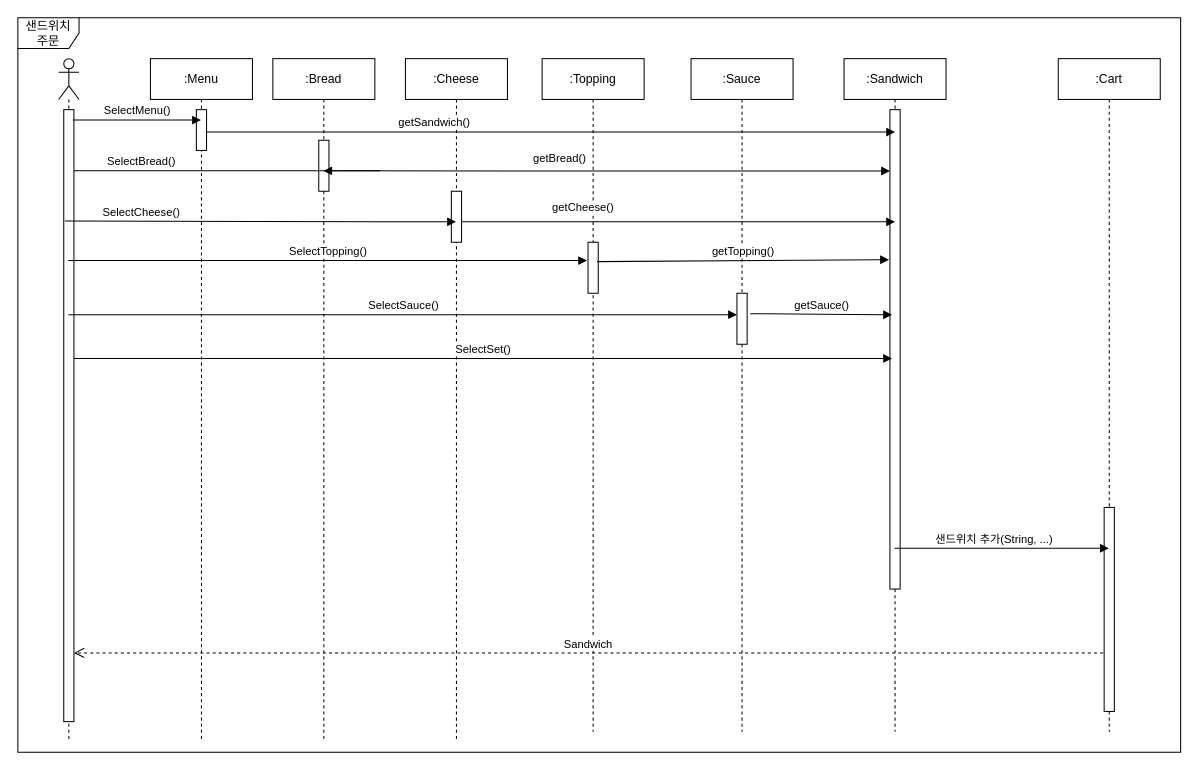
This is 상세명세서/Behavioral Model/sequence diagram/selece menu.drawio from distroytest/KNUSD-20202-Team05, a draw.io file, before an edit. Source tidied: cells renumbered, new cells numbered last; positions are measured from the earlier drawing's top-left corner, leaving out a move shared by most shapes. Both pictures are drawn from the tidied source at 102%, with x=0, y=0 at pixel (17, 17).
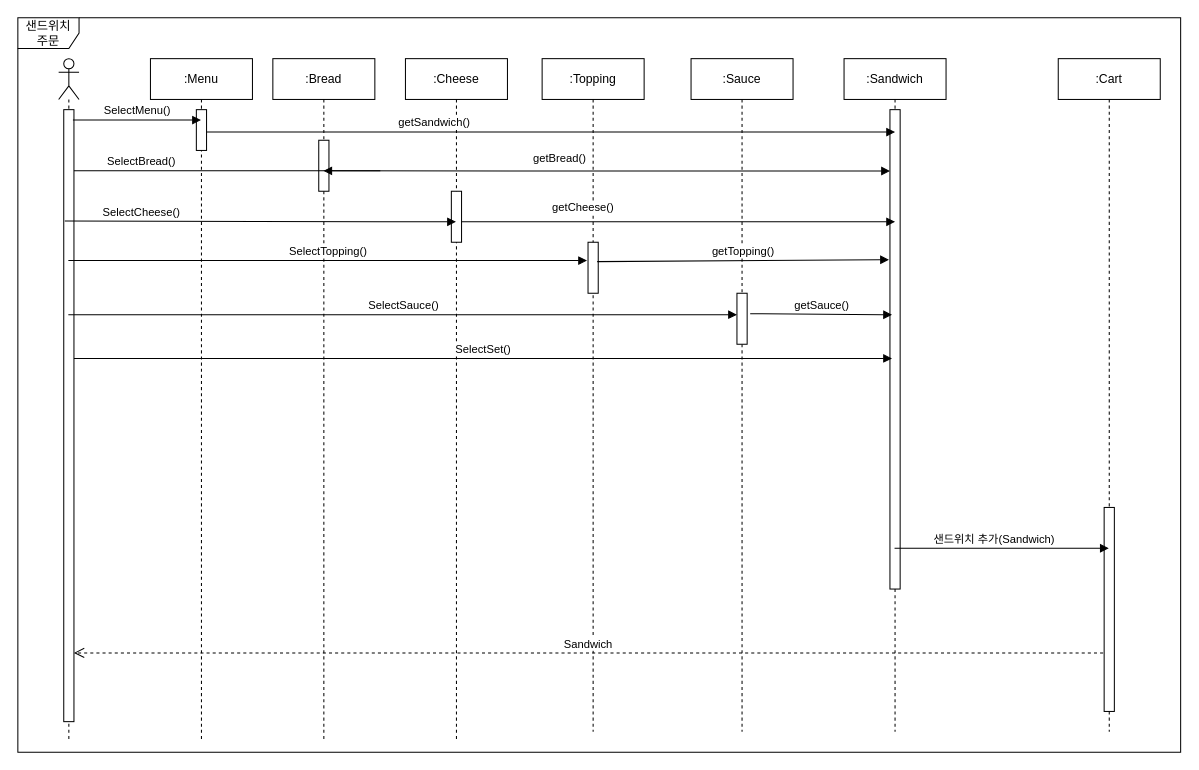
After the change.

Unchanged cells that the change refers to:
```xml
<mxCell id="11" value=":Cart" style="shape=umlLifeline;perimeter=lifelinePerimeter;whiteSpace=wrap;html=1;outlineConnect=0;" parent="1" vertex="1">
  <mxGeometry x="1020" y="40" width="100" height="660" as="geometry" />
</mxCell>
<mxCell id="16" value=":Sandwich" style="shape=umlLifeline;perimeter=lifelinePerimeter;whiteSpace=wrap;html=1;outlineConnect=0;" parent="1" vertex="1">
  <mxGeometry x="810" y="40" width="100" height="660" as="geometry" />
</mxCell>
```

The edit, as a diff of the source:
```diff
@@
-    <mxCell id="29" value="샌드위치 추가(String, ...)" style="html=1;verticalAlign=bottom;endArrow=block;" parent="1" edge="1" source="16" target="11">
+    <mxCell id="29" value="샌드위치 추가(Sandwich)" style="html=1;verticalAlign=bottom;endArrow=block;" parent="1" edge="1" source="16" target="11">
       <mxGeometry x="-0.08" relative="1" as="geometry">
         <Array as="points">
           <mxPoint x="1000" y="520" />
         </Array>
       </mxGeometry>
     </mxCell>
```
